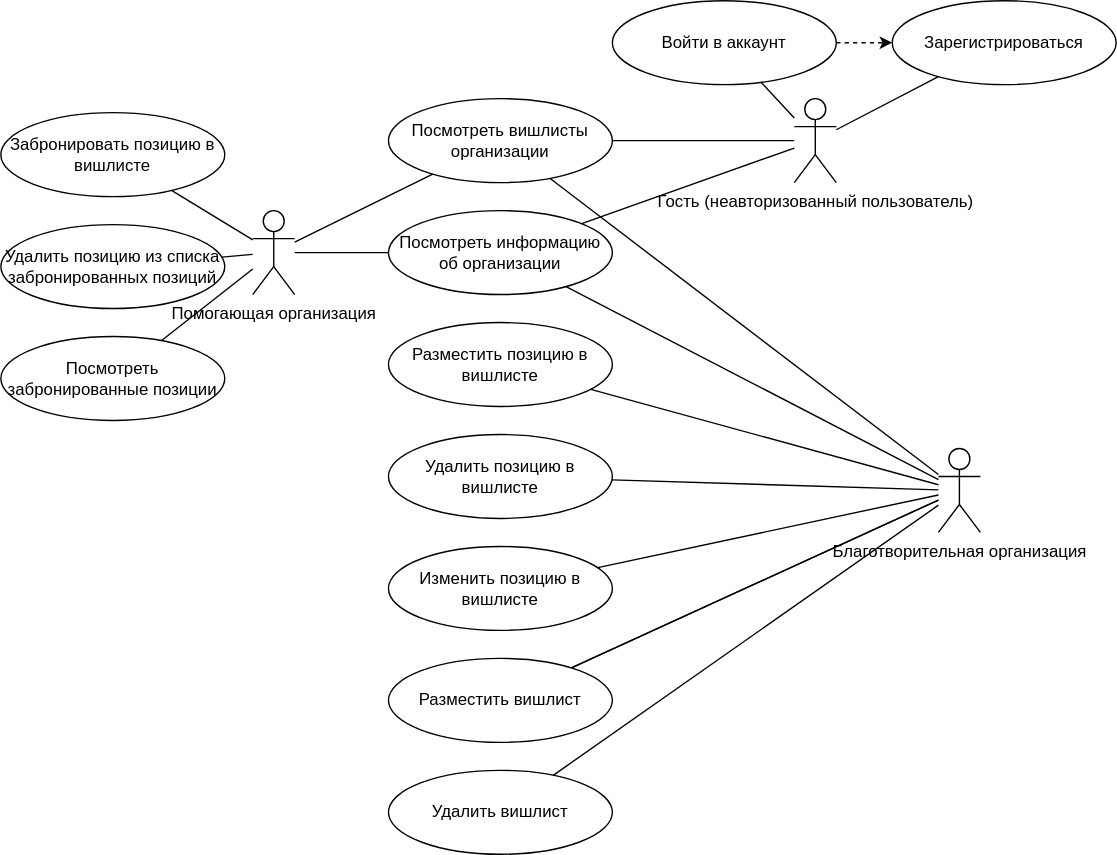
Above: diagrams/use-case.svg in pstpn/PPO (draw.io), before the change. Source tidied: cells renumbered, new cells last; positions are measured from the earlier drawing's top-left corner, leaving out a move shared by most shapes.
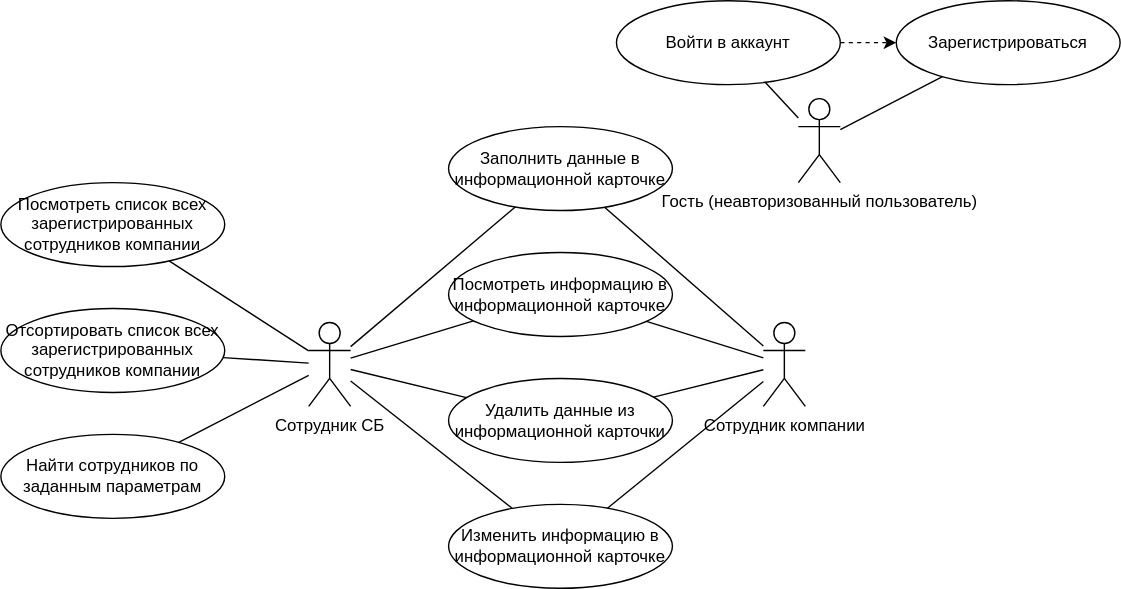
After the commit.

Diff of the diagram source:
```diff
@@ -2,32 +2,26 @@
   <root>
     <mxCell id="0" />
     <mxCell id="1" parent="0" />
-    <mxCell id="2" value="Помогающая организация" style="shape=umlActor;verticalLabelPosition=bottom;verticalAlign=top;html=1;outlineConnect=0;" parent="1" vertex="1">
-      <mxGeometry x="180" y="150" width="30" height="60" as="geometry" />
+    <mxCell id="2" value="Сотрудник СБ" style="shape=umlActor;verticalLabelPosition=bottom;verticalAlign=top;html=1;outlineConnect=0;" parent="1" vertex="1">
+      <mxGeometry x="200" y="210" width="30" height="60" as="geometry" />
     </mxCell>
-    <mxCell id="3" value="Посмотреть вишлисты организации" style="ellipse;whiteSpace=wrap;html=1;" parent="1" vertex="1">
-      <mxGeometry x="277" y="70" width="160" height="60" as="geometry" />
+    <mxCell id="3" value="Заполнить данные в информационной карточке" style="ellipse;whiteSpace=wrap;html=1;" parent="1" vertex="1">
+      <mxGeometry x="300" y="70" width="160" height="60" as="geometry" />
     </mxCell>
     <mxCell id="4" value="Гость (неавторизованный пользователь)" style="shape=umlActor;verticalLabelPosition=bottom;verticalAlign=top;html=1;outlineConnect=0;" parent="1" vertex="1">
-      <mxGeometry x="567" y="70" width="30" height="60" as="geometry" />
+      <mxGeometry x="550" y="50" width="30" height="60" as="geometry" />
     </mxCell>
-    <mxCell id="5" value="Благотворительная организация" style="shape=umlActor;verticalLabelPosition=bottom;verticalAlign=top;html=1;outlineConnect=0;" parent="1" vertex="1">
-      <mxGeometry x="670" y="320" width="30" height="60" as="geometry" />
+    <mxCell id="5" value="Сотрудник компании" style="shape=umlActor;verticalLabelPosition=bottom;verticalAlign=top;html=1;outlineConnect=0;" parent="1" vertex="1">
+      <mxGeometry x="525" y="210" width="30" height="60" as="geometry" />
     </mxCell>
-    <mxCell id="6" style="endArrow=none;html=1;rounded=0;" parent="1" edge="1" source="2" target="3">
-      <mxGeometry relative="1" as="geometry" />
-    </mxCell>
-    <mxCell id="7" style="endArrow=none;html=1;rounded=0;" parent="1" edge="1" source="4" target="3">
-      <mxGeometry relative="1" as="geometry" />
-    </mxCell>
     <mxCell id="8" style="endArrow=none;html=1;rounded=0;" parent="1" edge="1" source="5" target="3">
       <mxGeometry relative="1" as="geometry" />
     </mxCell>
     <mxCell id="9" value="Зарегистрироваться" style="ellipse;whiteSpace=wrap;html=1;" parent="1" vertex="1">
-      <mxGeometry x="637" width="160" height="60" as="geometry" />
+      <mxGeometry x="620" y="-20" width="160" height="60" as="geometry" />
     </mxCell>
     <mxCell id="10" value="Войти в аккаунт" style="ellipse;whiteSpace=wrap;html=1;" parent="1" vertex="1">
-      <mxGeometry x="437" width="160" height="60" as="geometry" />
+      <mxGeometry x="420" y="-20" width="160" height="60" as="geometry" />
     </mxCell>
     <mxCell id="11" style="endArrow=none;html=1;rounded=0;" parent="1" edge="1" source="4" target="10">
       <mxGeometry relative="1" as="geometry" />
@@ -38,68 +32,53 @@
     <mxCell id="13" style="endArrow=classic;dashed=1;html=1;rounded=0;endFill=1;" parent="1" edge="1" source="10" target="9">
       <mxGeometry relative="1" as="geometry" />
     </mxCell>
-    <mxCell id="14" value="Удалить вишлист" style="ellipse;whiteSpace=wrap;html=1;" parent="1" vertex="1">
-      <mxGeometry x="277" y="550" width="160" height="60" as="geometry" />
-    </mxCell>
-    <mxCell id="15" value="Забронировать позицию в вишлисте" style="ellipse;whiteSpace=wrap;html=1;" parent="1" vertex="1">
-      <mxGeometry y="80" width="160" height="60" as="geometry" />
+    <mxCell id="15" value="Посмотреть список всех зарегистрированных сотрудников компании" style="ellipse;whiteSpace=wrap;html=1;" parent="1" vertex="1">
+      <mxGeometry x="-20" y="110" width="160" height="60" as="geometry" />
     </mxCell>
     <mxCell id="16" style="endArrow=none;html=1;rounded=0;" parent="1" edge="1" source="2" target="15">
       <mxGeometry relative="1" as="geometry" />
     </mxCell>
-    <mxCell id="17" value="Посмотреть информацию об организации" style="ellipse;whiteSpace=wrap;html=1;" parent="1" vertex="1">
-      <mxGeometry x="277" y="150" width="160" height="60" as="geometry" />
+    <mxCell id="17" value="Посмотреть информацию в информационной карточке" style="ellipse;whiteSpace=wrap;html=1;" parent="1" vertex="1">
+      <mxGeometry x="300" y="160" width="160" height="60" as="geometry" />
     </mxCell>
-    <mxCell id="18" style="endArrow=none;html=1;rounded=0;" parent="1" edge="1" source="2" target="17">
-      <mxGeometry relative="1" as="geometry" />
-    </mxCell>
     <mxCell id="19" style="endArrow=none;html=1;rounded=0;" parent="1" edge="1" source="5" target="17">
       <mxGeometry relative="1" as="geometry" />
     </mxCell>
-    <mxCell id="20" style="endArrow=none;html=1;rounded=0;" parent="1" edge="1" source="4" target="17">
-      <mxGeometry relative="1" as="geometry" />
-    </mxCell>
-    <mxCell id="21" value="Разместить позицию в вишлисте" style="ellipse;whiteSpace=wrap;html=1;" parent="1" vertex="1">
-      <mxGeometry x="277" y="230" width="160" height="60" as="geometry" />
+    <mxCell id="21" value="Удалить данные из информационной карточки" style="ellipse;whiteSpace=wrap;html=1;" parent="1" vertex="1">
+      <mxGeometry x="300" y="250" width="160" height="60" as="geometry" />
     </mxCell>
-    <mxCell id="22" value="Удалить позицию в вишлисте" style="ellipse;whiteSpace=wrap;html=1;" parent="1" vertex="1">
-      <mxGeometry x="277" y="310" width="160" height="60" as="geometry" />
-    </mxCell>
-    <mxCell id="23" value="Изменить позицию в вишлисте" style="ellipse;whiteSpace=wrap;html=1;" parent="1" vertex="1">
-      <mxGeometry x="277" y="390" width="160" height="60" as="geometry" />
-    </mxCell>
     <mxCell id="24" style="endArrow=none;html=1;rounded=0;" parent="1" edge="1" source="5" target="21">
       <mxGeometry relative="1" as="geometry" />
     </mxCell>
-    <mxCell id="25" style="endArrow=none;html=1;rounded=0;" parent="1" edge="1" source="5" target="22">
-      <mxGeometry relative="1" as="geometry" />
-    </mxCell>
-    <mxCell id="26" style="endArrow=none;html=1;rounded=0;" parent="1" edge="1" source="5" target="23">
-      <mxGeometry relative="1" as="geometry" />
-    </mxCell>
-    <mxCell id="27" style="endArrow=none;html=1;rounded=0;" parent="1" edge="1" source="5" target="29">
-      <mxGeometry relative="1" as="geometry" />
-    </mxCell>
-    <mxCell id="28" style="endArrow=none;html=1;rounded=0;" parent="1" edge="1" source="5" target="29">
-      <mxGeometry relative="1" as="geometry" />
-    </mxCell>
-    <mxCell id="29" value="Разместить вишлист" style="ellipse;whiteSpace=wrap;html=1;" parent="1" vertex="1">
-      <mxGeometry x="277" y="470" width="160" height="60" as="geometry" />
-    </mxCell>
-    <mxCell id="30" style="endArrow=none;html=1;rounded=0;" parent="1" edge="1" source="5" target="14">
-      <mxGeometry relative="1" as="geometry" />
-    </mxCell>
-    <mxCell id="31" value="Посмотреть забронированные позиции" style="ellipse;whiteSpace=wrap;html=1;" parent="1" vertex="1">
-      <mxGeometry y="240" width="160" height="60" as="geometry" />
+    <mxCell id="31" value="Найти сотрудников по заданным параметрам" style="ellipse;whiteSpace=wrap;html=1;" parent="1" vertex="1">
+      <mxGeometry x="-20" y="290" width="160" height="60" as="geometry" />
     </mxCell>
     <mxCell id="32" style="endArrow=none;html=1;rounded=0;" parent="1" edge="1" source="31" target="2">
       <mxGeometry relative="1" as="geometry" />
     </mxCell>
-    <mxCell id="33" value="Удалить позицию из списка забронированных позиций" style="ellipse;whiteSpace=wrap;html=1;" parent="1" vertex="1">
-      <mxGeometry y="160" width="160" height="60" as="geometry" />
+    <mxCell id="33" value="Отсортировать список всех зарегистрированных сотрудников компании" style="ellipse;whiteSpace=wrap;html=1;" parent="1" vertex="1">
+      <mxGeometry x="-20" y="200" width="160" height="60" as="geometry" />
     </mxCell>
     <mxCell id="34" style="endArrow=none;html=1;rounded=0;" parent="1" edge="1" source="2" target="33">
       <mxGeometry relative="1" as="geometry" />
     </mxCell>
+    <mxCell id="35" value="Изменить информацию в информационной карточке" style="ellipse;whiteSpace=wrap;html=1;" parent="1" vertex="1">
+      <mxGeometry x="300" y="340" width="160" height="60" as="geometry" />
+    </mxCell>
+    <mxCell id="36" style="endArrow=none;html=1;rounded=0;" parent="1" edge="1" source="5" target="35">
+      <mxGeometry relative="1" as="geometry" />
+    </mxCell>
+    <mxCell id="18" style="endArrow=none;html=1;rounded=0;" parent="1" edge="1" source="2" target="17">
+      <mxGeometry relative="1" as="geometry" />
+    </mxCell>
+    <mxCell id="6" style="endArrow=none;html=1;rounded=0;" parent="1" edge="1" source="2" target="3">
+      <mxGeometry relative="1" as="geometry" />
+    </mxCell>
+    <mxCell id="37" style="endArrow=none;html=1;rounded=0;" parent="1" edge="1" source="2" target="21">
+      <mxGeometry relative="1" as="geometry" />
+    </mxCell>
+    <mxCell id="38" style="endArrow=none;html=1;rounded=0;" parent="1" edge="1" source="2" target="35">
+      <mxGeometry relative="1" as="geometry" />
+    </mxCell>
   </root>
 </mxGraphModel>
```
